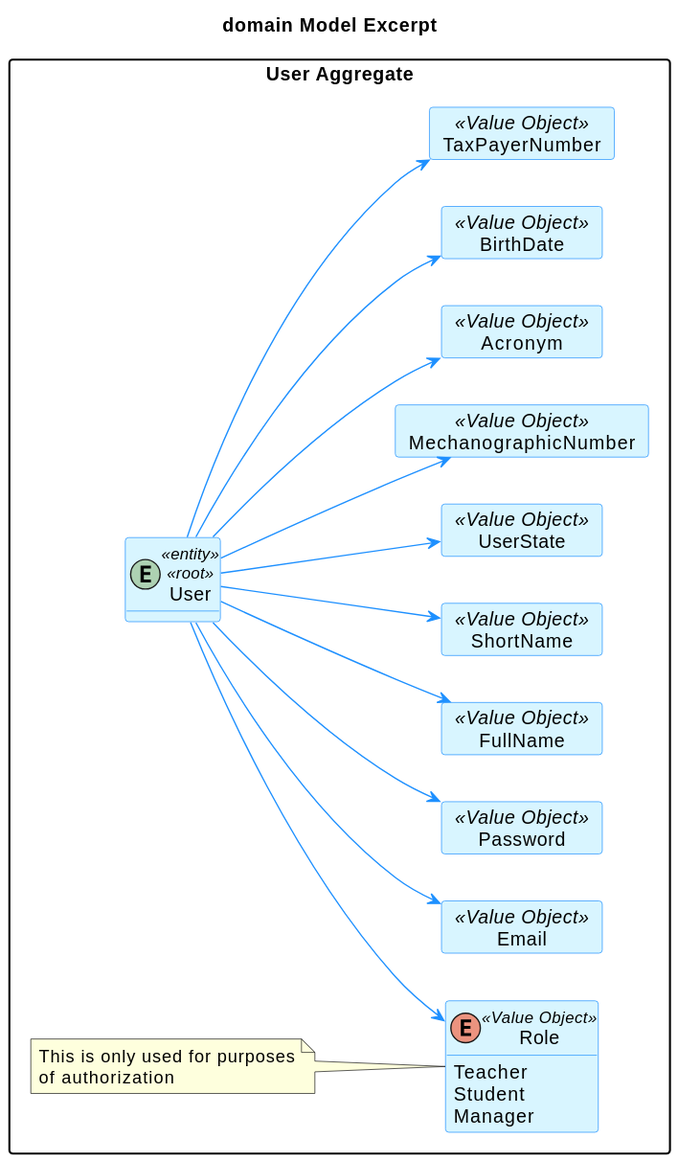
Earlier version of the PlantUML export docs/SPRINT A/US_G006/Analysis/Domain_Model_Excerpt.svg (brunacosta03/sem4pi_22_23).
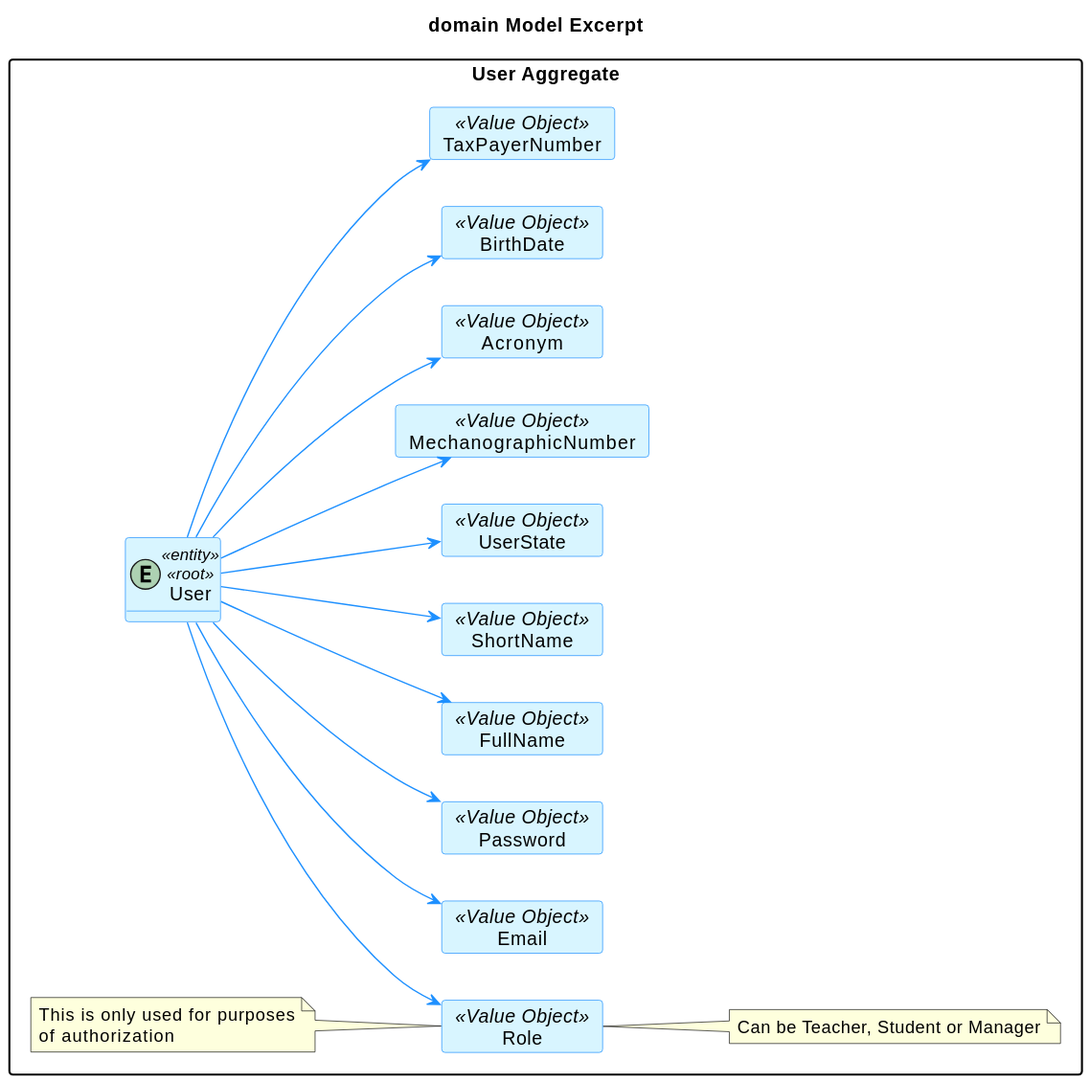
The same diagram one commit later.

Diff of the diagram source:
```diff
@@ -45,11 +45,9 @@
     }
     card TaxPayerNumber <<Value Object>> {
     }
-    enum Role <<Value Object>> {
-        Teacher
-        Student
-        Manager
+    card Role <<Value Object>> {
     }
+    note right of Role: Can be Teacher, Student or Manager
 
     User --> Email
     User --> Password
```
